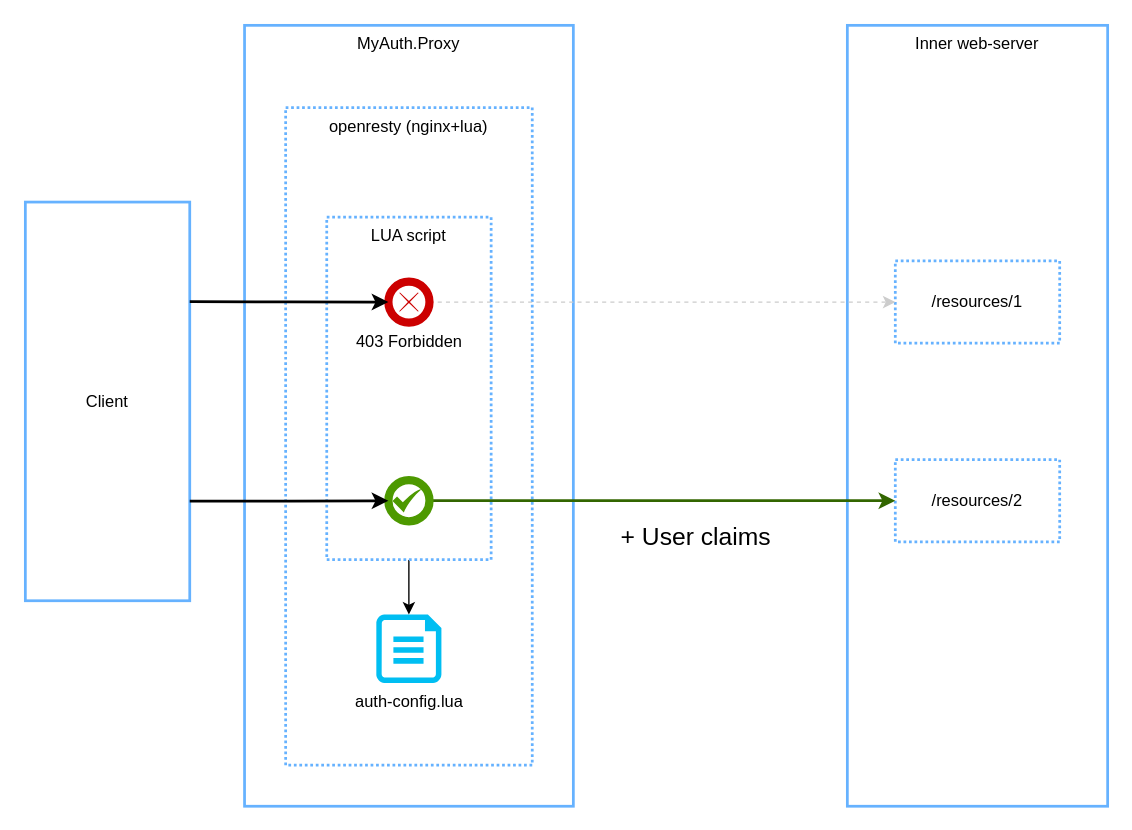
myauth-framework/proxy keeps this draw.io diagram as doc/my-auth-proxy.drawio. Above is the earlier version. Source tidied: cells renumbered, new cells numbered last; positions are measured from the earlier drawing's top-left corner, leaving out a move shared by most shapes. Both pictures are drawn from the tidied source at 137%, with x=0, y=0 at pixel (25, 25).
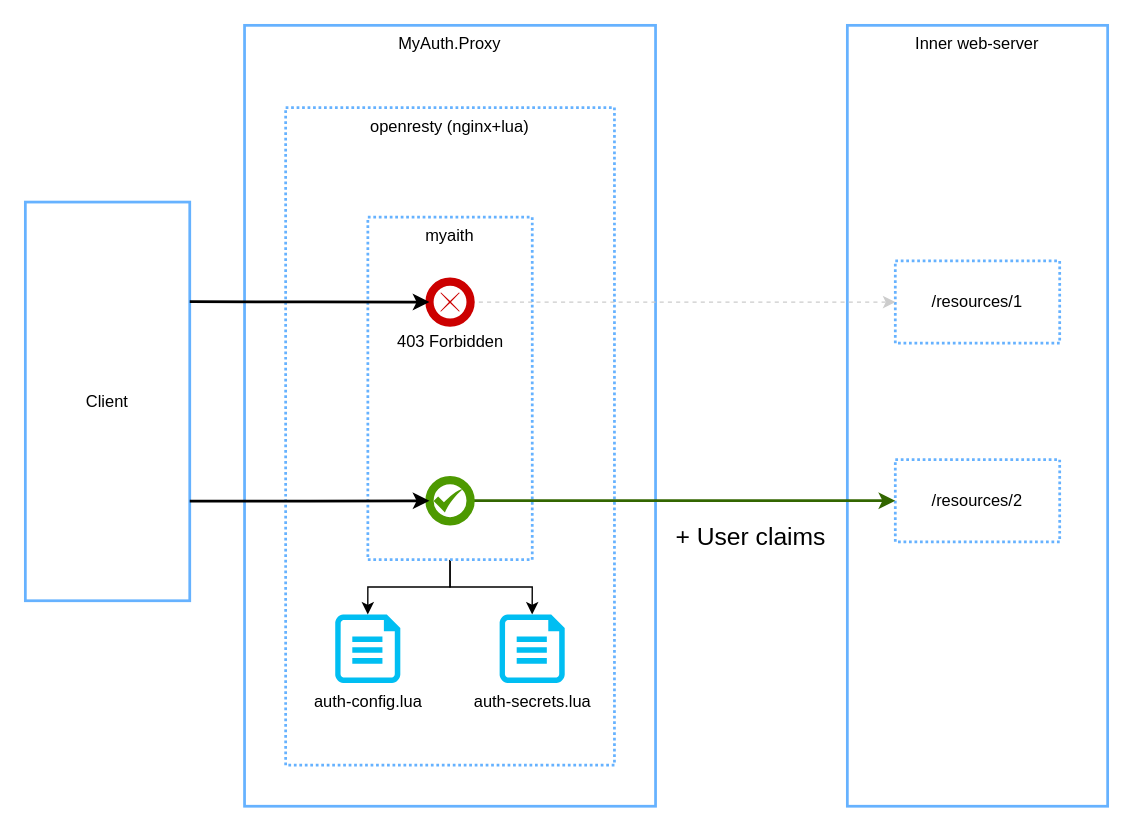
Above is the later version.

Diff of the diagram source:
```diff
@@
     <mxCell id="2" value="MyAuth.Proxy" style="rounded=0;whiteSpace=wrap;html=1;strokeColor=#66B2FF;strokeWidth=2;align=center;verticalAlign=top;" parent="1" vertex="1">
-      <mxGeometry x="160" width="240" height="570" as="geometry" />
+      <mxGeometry x="160" width="300" height="570" as="geometry" />
     </mxCell>
     <mxCell id="3" value="openresty (nginx+lua)" style="rounded=0;whiteSpace=wrap;html=1;strokeColor=#66B2FF;strokeWidth=2;verticalAlign=top;dashed=1;dashPattern=1 1;" parent="1" vertex="1">
-      <mxGeometry x="190" y="60" width="180" height="480" as="geometry" />
+      <mxGeometry x="190" y="60" width="240" height="480" as="geometry" />
     </mxCell>
@@
     <mxCell id="5" value="auth-config.lua" style="verticalLabelPosition=bottom;html=1;verticalAlign=top;align=center;strokeColor=none;fillColor=#00BEF2;shape=mxgraph.azure.cloud_services_configuration_file;fontFamily=Helvetica;fontSize=12;" parent="1" vertex="1">
-      <mxGeometry x="256.2" y="430" width="47.5" height="50" as="geometry" />
+      <mxGeometry x="226.2" y="430" width="47.5" height="50" as="geometry" />
     </mxCell>
@@
-    <mxCell id="9" style="edgeStyle=orthogonalEdgeStyle;rounded=0;jettySize=auto;html=1;fontFamily=Helvetica;fontSize=12;entryX=0.5;entryY=0;entryDx=0;entryDy=0;entryPerimeter=0;" parent="1" edge="1" source="10" target="5">
+    <mxCell id="9" style="edgeStyle=orthogonalEdgeStyle;rounded=0;jettySize=auto;html=1;entryX=0.5;entryY=0;entryDx=0;entryDy=0;entryPerimeter=0;" parent="1" edge="1" source="10" target="5">
       <mxGeometry relative="1" as="geometry" />
     </mxCell>
+    <mxCell id="19" style="edgeStyle=orthogonalEdgeStyle;rounded=0;jettySize=auto;html=1;entryX=0.5;entryY=0;entryDx=0;entryDy=0;entryPerimeter=0;" parent="1" edge="1" source="10" target="20">
+      <mxGeometry relative="1" as="geometry" />
+    </mxCell>
-    <mxCell id="10" value="LUA script" style="rounded=0;whiteSpace=wrap;html=1;strokeColor=#66B2FF;strokeWidth=2;fontFamily=Helvetica;fontSize=12;align=center;verticalAlign=top;dashed=1;dashPattern=1 1;" parent="1" vertex="1">
-      <mxGeometry x="220" y="140" width="120" height="250" as="geometry" />
+    <mxCell id="10" value="myaith" style="rounded=0;whiteSpace=wrap;html=1;strokeColor=#66B2FF;strokeWidth=2;fontFamily=Helvetica;fontSize=12;align=center;verticalAlign=top;dashed=1;dashPattern=1 1;" parent="1" vertex="1">
+      <mxGeometry x="250" y="140" width="120" height="250" as="geometry" />
     </mxCell>
@@
     <mxCell id="12" value="403 Forbidden" style="shape=mxgraph.bpmn.shape;html=1;verticalLabelPosition=bottom;labelBackgroundColor=#ffffff;verticalAlign=top;align=center;perimeter=ellipsePerimeter;outlineConnect=0;outline=end;symbol=cancel;strokeColor=#CC0000;strokeWidth=2;fontFamily=Helvetica;fontSize=12;fontColor=#000000;" parent="1" vertex="1">
-      <mxGeometry x="265" y="187" width="30" height="30" as="geometry" />
+      <mxGeometry x="295" y="187" width="30" height="30" as="geometry" />
     </mxCell>
@@
     <mxCell id="15" style="ellipse;whiteSpace=wrap;html=1;strokeColor=#4D9900;strokeWidth=6;fontFamily=Helvetica;fontSize=12;fontColor=#000000;align=center;" parent="1" vertex="1">
-      <mxGeometry x="265" y="332" width="30" height="30" as="geometry" />
+      <mxGeometry x="295" y="332" width="30" height="30" as="geometry" />
     </mxCell>
@@
     <mxCell id="17" style="html=1;strokeColor=none;shadow=0;align=center;verticalAlign=top;fillColor=#4D9900;shape=mxgraph.gcp2.check;fontFamily=Helvetica;fontSize=12;fontColor=#000000;" parent="1" vertex="1">
-      <mxGeometry x="268" y="338.5" width="21.2" height="17" as="geometry" />
+      <mxGeometry x="298" y="338.5" width="21.2" height="17" as="geometry" />
     </mxCell>
     <mxCell id="18" value="&lt;h1 style=&quot;font-size: 18px&quot;&gt;&lt;span style=&quot;font-weight: normal ; font-size: 18px&quot;&gt;+ User claims&lt;br&gt;&lt;/span&gt;&lt;/h1&gt;" style="text;html=1;strokeColor=none;fillColor=none;spacing=5;spacingTop=-20;whiteSpace=wrap;overflow=hidden;rounded=0;fontSize=18;fontStyle=0;" parent="1" vertex="1">
-      <mxGeometry x="430" y="362" width="150" height="28" as="geometry" />
+      <mxGeometry x="470" y="362" width="150" height="28" as="geometry" />
     </mxCell>
+    <mxCell id="20" value="auth-secrets.lua" style="verticalLabelPosition=bottom;html=1;verticalAlign=top;align=center;strokeColor=none;fillColor=#00BEF2;shape=mxgraph.azure.cloud_services_configuration_file;fontFamily=Helvetica;fontSize=12;" parent="1" vertex="1">
+      <mxGeometry x="346.2" y="430" width="47.5" height="50" as="geometry" />
+    </mxCell>
```
